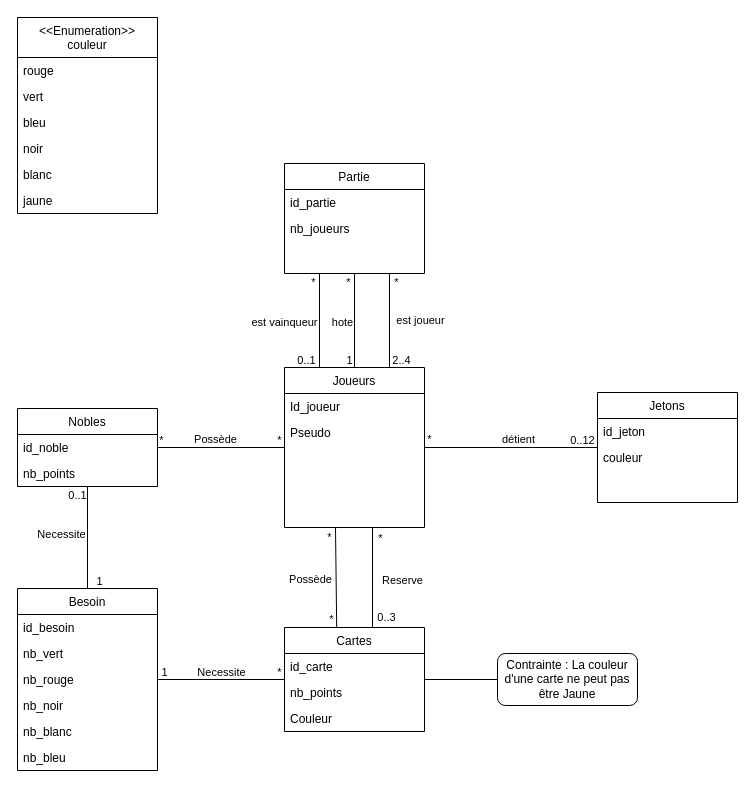
This is Diagrammes/Diagramme classe Maxence.drawio from Igniiis/projet_splendor, a draw.io file, before an edit. Source tidied: cells renumbered, new cells numbered last; positions are measured from the earlier drawing's top-left corner, leaving out a move shared by most shapes. Both pictures are drawn from the tidied source at 100%, with x=0, y=0 at pixel (17, 17).
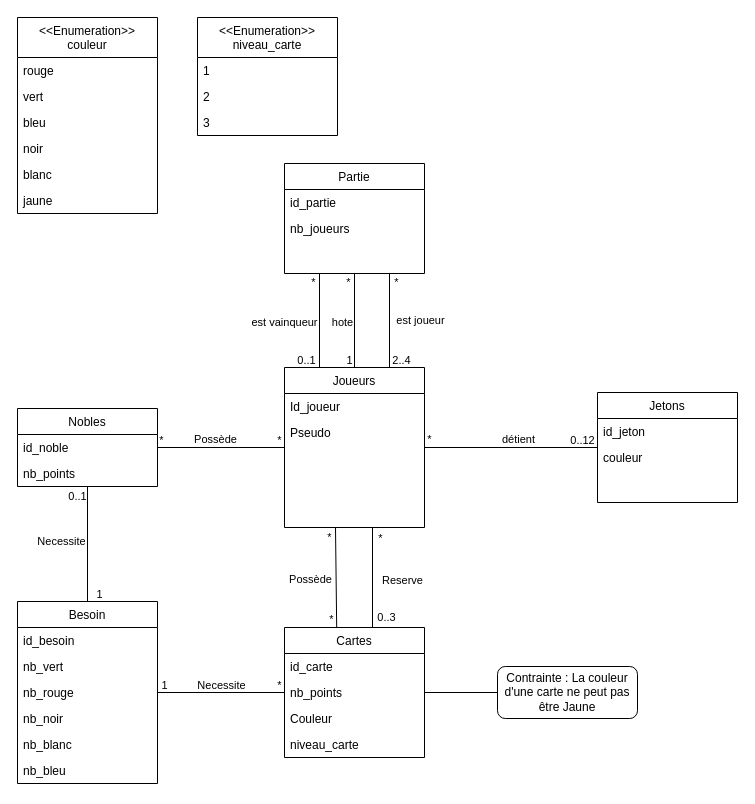
Above is the later version.

Commit message:
Mettre à jour Diagramme classe Maxence.drawio

What changed in the source:
```diff
@@
     <mxCell id="5" value="Cartes" style="swimlane;fontStyle=0;align=center;verticalAlign=top;horizontal=1;startSize=26;rounded=0;shadow=0;strokeWidth=1;" parent="1" vertex="1">
-      <mxGeometry x="267" y="610" width="140" height="104" as="geometry" />
+      <mxGeometry x="267" y="610" width="140" height="130" as="geometry" />
     </mxCell>
@@
+    <mxCell id="70" value="niveau_carte" style="text;align=left;verticalAlign=top;spacingLeft=4;spacingRight=4;overflow=hidden;" parent="5" vertex="1">
+      <mxGeometry y="104" width="140" height="26" as="geometry" />
+    </mxCell>
@@
     <mxCell id="46" value="Besoin" style="swimlane;fontStyle=0;align=center;verticalAlign=top;horizontal=1;startSize=26;rounded=0;shadow=0;strokeWidth=1;" parent="1" vertex="1">
-      <mxGeometry y="571" width="140" height="182" as="geometry" />
+      <mxGeometry y="584" width="140" height="182" as="geometry" />
     </mxCell>
@@
     <mxCell id="69" value="Contrainte : La couleur d'une carte ne peut pas être Jaune" style="rounded=1;whiteSpace=wrap;html=1;" parent="1" vertex="1">
-      <mxGeometry x="480" y="636" width="140" height="52" as="geometry" />
+      <mxGeometry x="480" y="649" width="140" height="52" as="geometry" />
     </mxCell>
+    <mxCell id="71" value="&lt;&lt;Enumeration&gt;&gt;&#10;niveau_carte" style="swimlane;fontStyle=0;align=center;verticalAlign=top;horizontal=1;startSize=40;rounded=0;shadow=0;strokeWidth=1;" parent="1" vertex="1">
+      <mxGeometry x="180" width="140" height="118" as="geometry" />
+    </mxCell>
+    <mxCell id="72" value="1" style="text;align=left;verticalAlign=top;spacingLeft=4;spacingRight=4;overflow=hidden;" parent="71" vertex="1">
+      <mxGeometry y="40" width="140" height="26" as="geometry" />
+    </mxCell>
+    <mxCell id="73" value="2" style="text;align=left;verticalAlign=top;spacingLeft=4;spacingRight=4;overflow=hidden;rounded=0;shadow=0;html=0;" parent="71" vertex="1">
+      <mxGeometry y="66" width="140" height="26" as="geometry" />
+    </mxCell>
+    <mxCell id="74" value="3" style="text;align=left;verticalAlign=top;spacingLeft=4;spacingRight=4;overflow=hidden;rounded=0;shadow=0;html=0;" parent="71" vertex="1">
+      <mxGeometry y="92" width="140" height="26" as="geometry" />
+    </mxCell>
```
